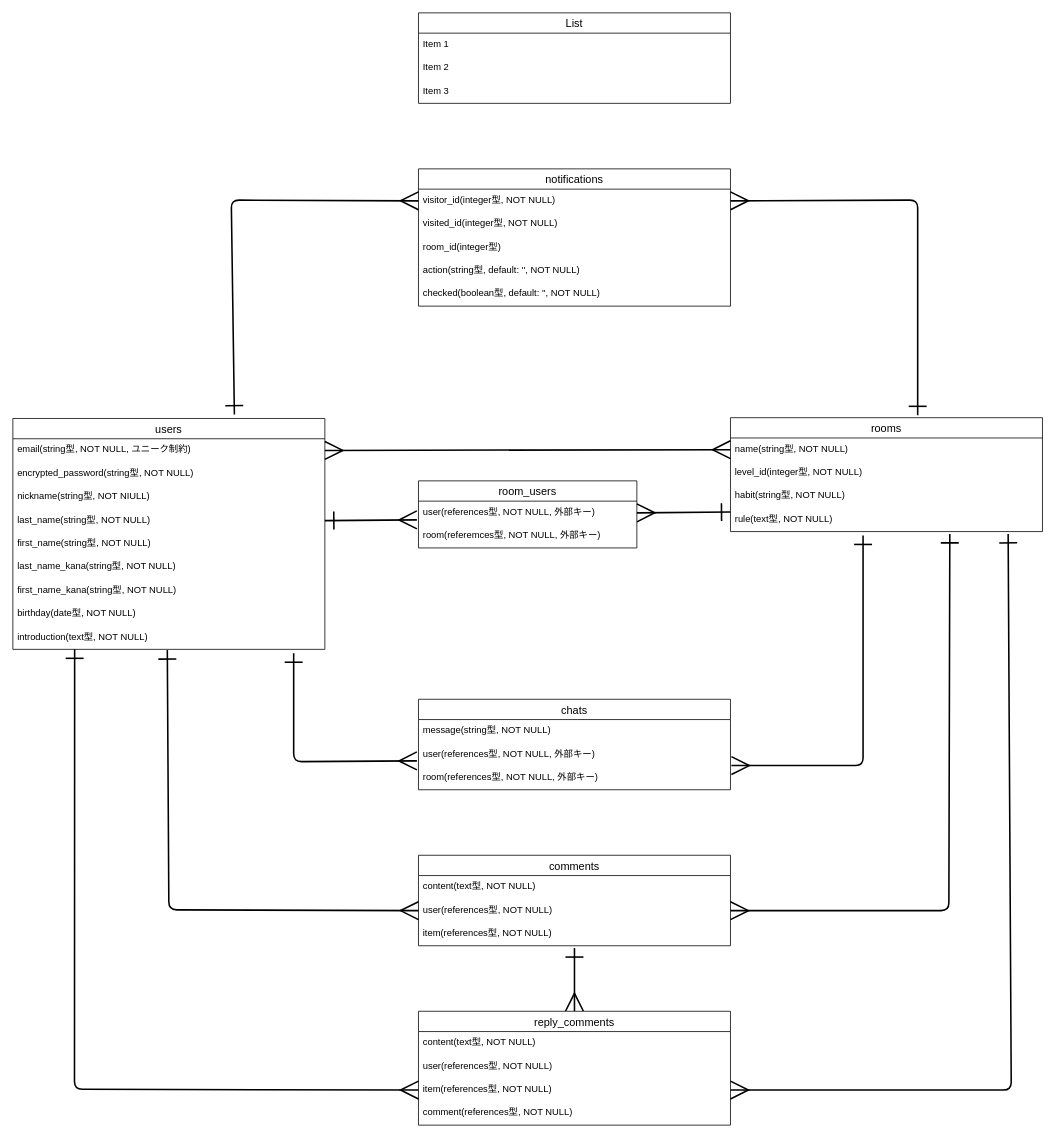
mocchio/esco keeps this draw.io diagram as esco.dio. Above is the earlier version. Source tidied: cells renumbered, new cells numbered last; positions are measured from the earlier drawing's top-left corner, leaving out a move shared by most shapes. Both pictures are drawn from the tidied source at 78%, with x=0, y=0 at pixel (12, 12).
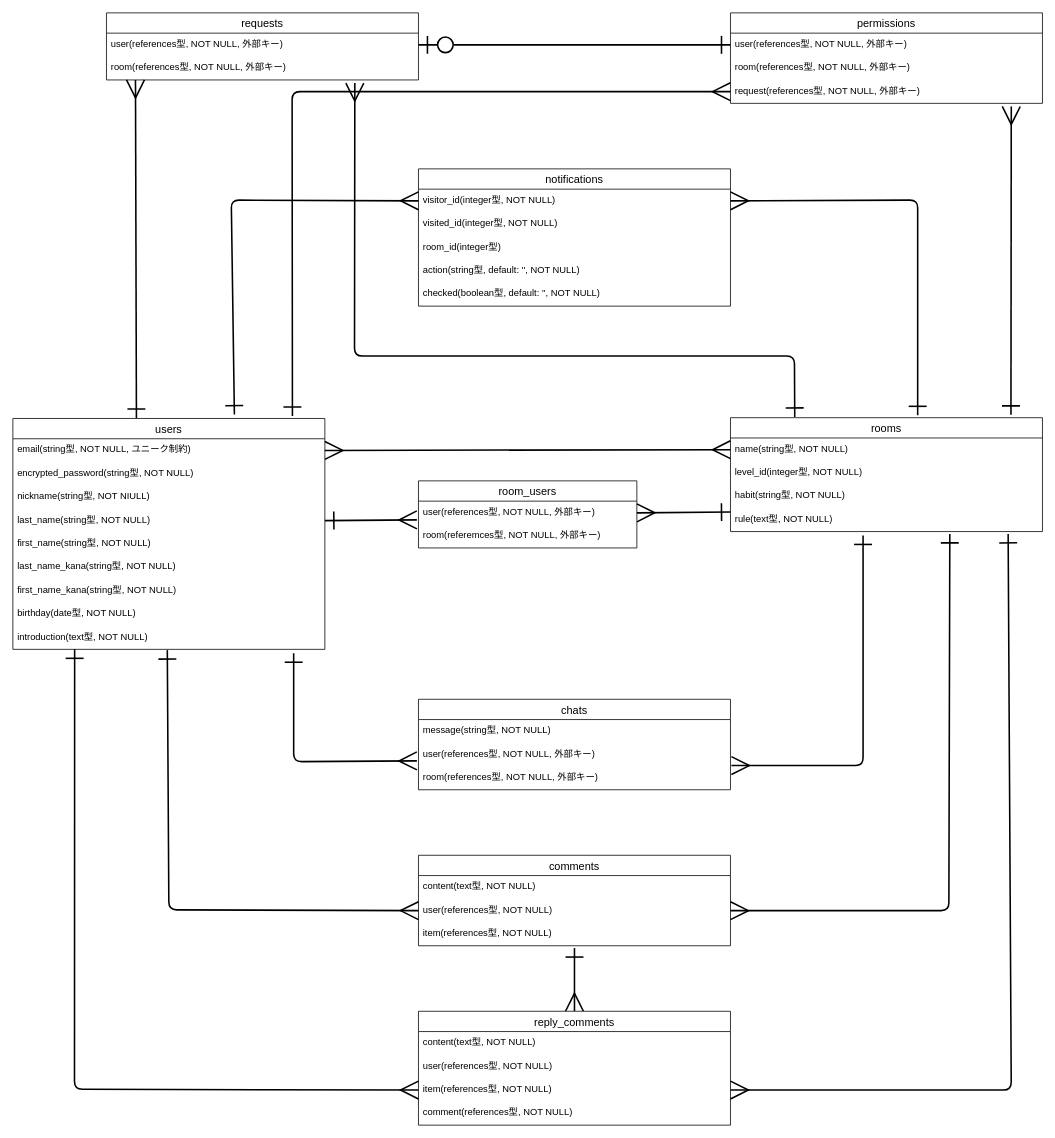
After the change.

Commit message (it also covers changes not shown here):
画面遷移図、ER図編集

Unchanged cells that the change refers to:
```xml
<mxCell id="2" value="users" style="swimlane;fontStyle=0;horizontal=1;startSize=26;align=center;fontSize=14;" parent="1" vertex="1">
  <mxGeometry y="520" width="400" height="296" as="geometry" />
</mxCell>
<mxCell id="12" value="rooms" style="swimlane;fontStyle=0;horizontal=1;startSize=26;align=center;fontSize=14;" parent="1" vertex="1">
  <mxGeometry x="920" y="519" width="400" height="146" as="geometry" />
</mxCell>
```

Change to the diagram source:
```diff
@@
-    <mxCell id="51" value="List" style="swimlane;fontStyle=0;horizontal=1;startSize=26;align=center;fontSize=14;" parent="1" vertex="1">
-      <mxGeometry x="520" width="400" height="116" as="geometry" />
+    <mxCell id="51" value="requests" style="swimlane;fontStyle=0;horizontal=1;startSize=26;align=center;fontSize=14;" parent="1" vertex="1">
+      <mxGeometry x="120" width="400" height="86" as="geometry" />
     </mxCell>
-    <mxCell id="52" value="Item 1" style="text;strokeColor=none;fillColor=none;spacingLeft=4;spacingRight=4;overflow=hidden;points=[[0,0.5],[1,0.5]];portConstraint=eastwest;fontSize=12;" parent="51" vertex="1">
+    <mxCell id="52" value="user(references型, NOT NULL, 外部キー)" style="text;strokeColor=none;fillColor=none;spacingLeft=4;spacingRight=4;overflow=hidden;points=[[0,0.5],[1,0.5]];portConstraint=eastwest;fontSize=12;" parent="51" vertex="1">
       <mxGeometry y="26" width="400" height="30" as="geometry" />
     </mxCell>
-    <mxCell id="53" value="Item 2" style="text;strokeColor=none;fillColor=none;spacingLeft=4;spacingRight=4;overflow=hidden;points=[[0,0.5],[1,0.5]];portConstraint=eastwest;fontSize=12;" parent="51" vertex="1">
+    <mxCell id="53" value="room(references型, NOT NULL, 外部キー)" style="text;strokeColor=none;fillColor=none;spacingLeft=4;spacingRight=4;overflow=hidden;points=[[0,0.5],[1,0.5]];portConstraint=eastwest;fontSize=12;" parent="51" vertex="1">
       <mxGeometry y="56" width="400" height="30" as="geometry" />
     </mxCell>
-    <mxCell id="54" value="Item 3" style="text;strokeColor=none;fillColor=none;spacingLeft=4;spacingRight=4;overflow=hidden;fontSize=12;" parent="51" vertex="1">
-      <mxGeometry y="86" width="400" height="30" as="geometry" />
-    </mxCell>
+    <mxCell id="55" value="permissions" style="swimlane;fontStyle=0;horizontal=1;startSize=26;align=center;fontSize=14;" parent="1" vertex="1">
+      <mxGeometry x="920" width="400" height="116" as="geometry" />
+    </mxCell>
+    <mxCell id="56" value="user(references型, NOT NULL, 外部キー)" style="text;strokeColor=none;fillColor=none;spacingLeft=4;spacingRight=4;overflow=hidden;points=[[0,0.5],[1,0.5]];portConstraint=eastwest;fontSize=12;" parent="55" vertex="1">
+      <mxGeometry y="26" width="400" height="30" as="geometry" />
+    </mxCell>
+    <mxCell id="57" value="room(references型, NOT NULL, 外部キー)" style="text;strokeColor=none;fillColor=none;spacingLeft=4;spacingRight=4;overflow=hidden;fontSize=12;" parent="55" vertex="1">
+      <mxGeometry y="56" width="400" height="30" as="geometry" />
+    </mxCell>
+    <mxCell id="58" value="request(references型, NOT NULL, 外部キー)" style="text;strokeColor=none;fillColor=none;spacingLeft=4;spacingRight=4;overflow=hidden;points=[[0,0.5],[1,0.5]];portConstraint=eastwest;fontSize=12;" parent="55" vertex="1">
+      <mxGeometry y="86" width="400" height="30" as="geometry" />
+    </mxCell>
+    <mxCell id="59" style="edgeStyle=none;html=1;exitX=1;exitY=0.5;exitDx=0;exitDy=0;entryX=0;entryY=0.5;entryDx=0;entryDy=0;strokeWidth=2;endSize=20;startSize=20;endArrow=ERone;endFill=0;startArrow=ERzeroToOne;startFill=0;" parent="1" edge="1" source="52" target="56">
+      <mxGeometry relative="1" as="geometry" />
+    </mxCell>
+    <mxCell id="60" style="edgeStyle=none;html=1;exitX=0.093;exitY=1;exitDx=0;exitDy=0;entryX=0.396;entryY=-0.002;entryDx=0;entryDy=0;entryPerimeter=0;strokeWidth=2;startArrow=ERmany;startFill=0;endArrow=ERone;endFill=0;startSize=20;endSize=20;exitPerimeter=0;" parent="1" edge="1" source="53" target="2">
+      <mxGeometry relative="1" as="geometry" />
+    </mxCell>
+    <mxCell id="61" style="edgeStyle=none;html=1;exitX=0.796;exitY=1.133;exitDx=0;exitDy=0;entryX=0.206;entryY=-0.007;entryDx=0;entryDy=0;entryPerimeter=0;strokeWidth=2;startArrow=ERmany;startFill=0;endArrow=ERone;endFill=0;startSize=20;endSize=20;exitPerimeter=0;" parent="1" edge="1" source="53" target="12">
+      <mxGeometry relative="1" as="geometry">
+        <Array as="points">
+          <mxPoint x="438" y="440" />
+          <mxPoint x="1002" y="440" />
+        </Array>
+      </mxGeometry>
+    </mxCell>
+    <mxCell id="62" style="edgeStyle=none;html=1;exitX=0;exitY=0.5;exitDx=0;exitDy=0;entryX=0.896;entryY=-0.011;entryDx=0;entryDy=0;entryPerimeter=0;strokeWidth=2;startArrow=ERmany;startFill=0;endArrow=ERone;endFill=0;startSize=20;endSize=20;" parent="1" edge="1" source="58" target="2">
+      <mxGeometry relative="1" as="geometry">
+        <Array as="points">
+          <mxPoint x="358" y="101" />
+        </Array>
+      </mxGeometry>
+    </mxCell>
+    <mxCell id="63" style="edgeStyle=none;html=1;entryX=0.899;entryY=-0.025;entryDx=0;entryDy=0;entryPerimeter=0;strokeWidth=2;startArrow=ERmany;startFill=0;endArrow=ERone;endFill=0;startSize=20;endSize=20;" parent="1" edge="1" target="12">
+      <mxGeometry relative="1" as="geometry">
+        <mxPoint x="1280" y="120" as="sourcePoint" />
+      </mxGeometry>
+    </mxCell>
```
